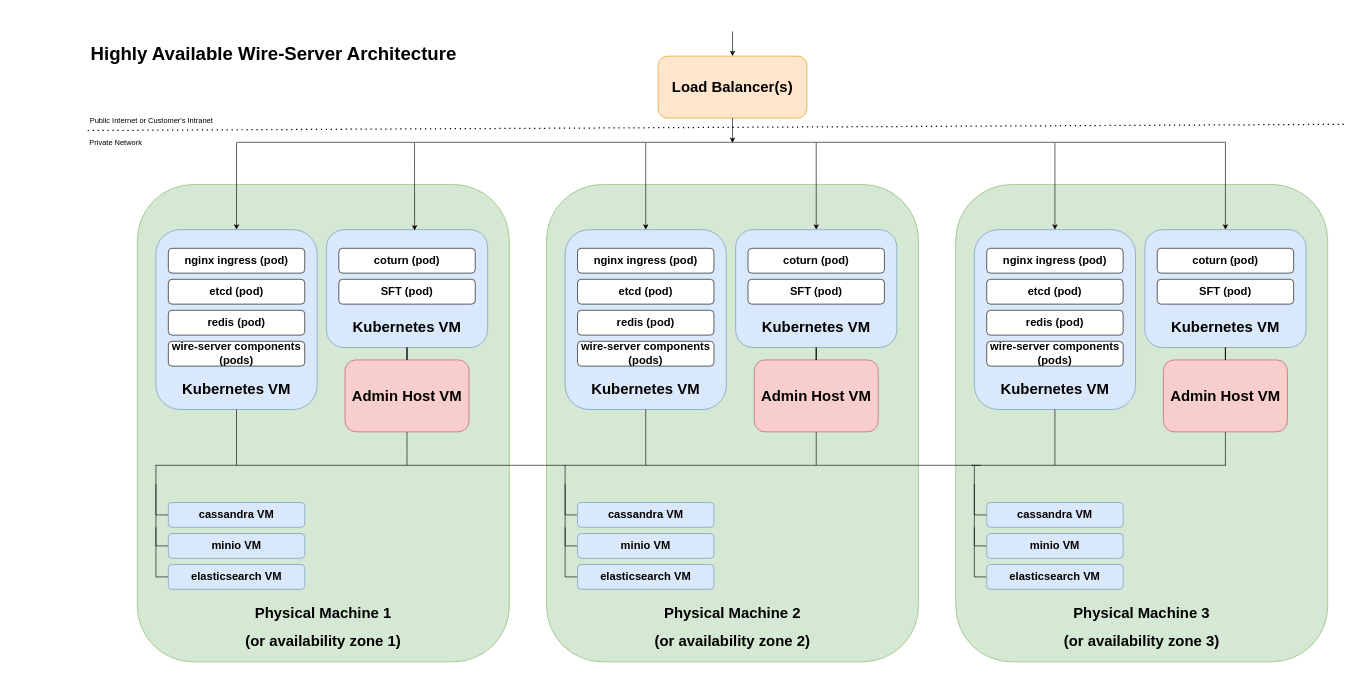
This is docs/src/how-to/install/img/architecture-server-ha.drawio from wireapp/wire-server, a draw.io file, before an edit. Source tidied: cells renumbered, new cells numbered last; positions are measured from the earlier drawing's top-left corner, leaving out a move shared by most shapes. Both pictures are drawn from the tidied source at 62%, with x=0, y=0 at pixel (13, 31).
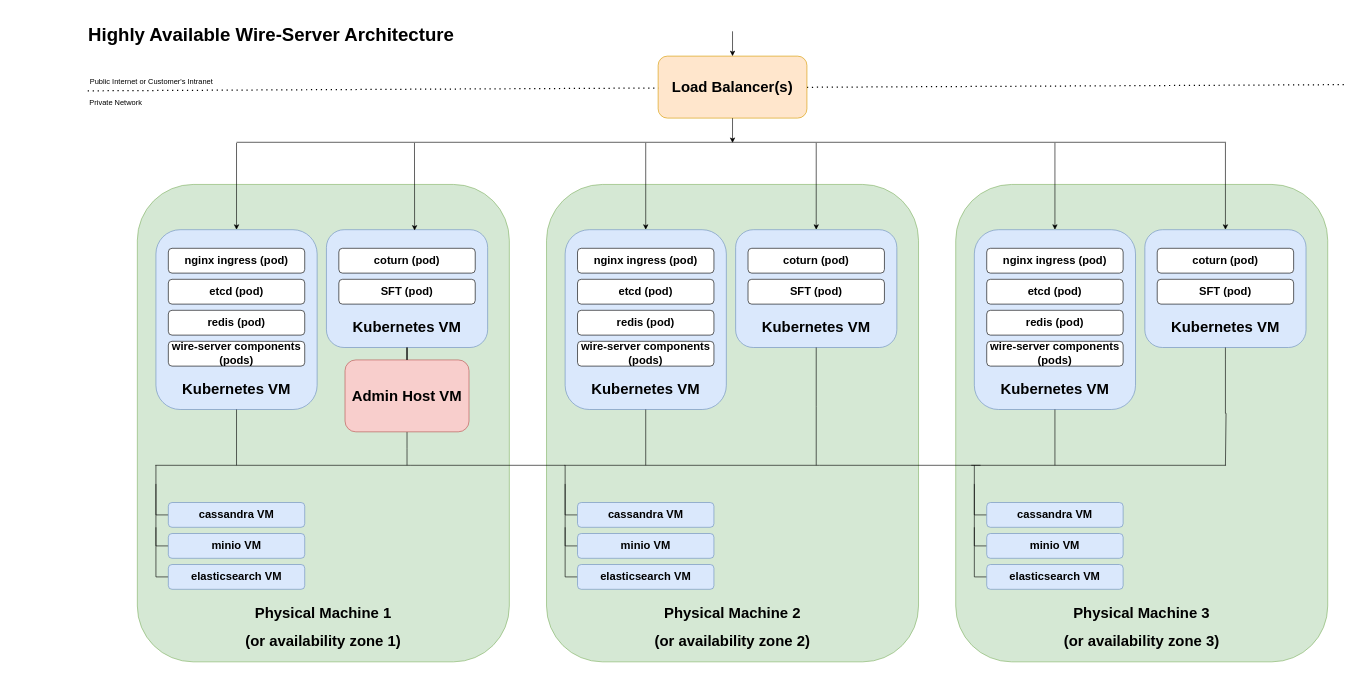
Above is the later version.

Commit message (it also covers changes not shown here):
made modifications according to julia and sebastian

Unchanged cells that the change refers to:
```xml
<mxCell id="23" style="group;" parent="1" vertex="1">
  <mxGeometry x="860" y="247" width="600" height="770" as="geometry" />
</mxCell>
<mxCell id="30" value="&lt;h1&gt;Kubernetes VM&lt;/h1&gt;" style="rounded=1;whiteSpace=wrap;html=1;fillColor=#dae8fc;strokeColor=#6c8ebf;verticalAlign=bottom;" parent="23" vertex="1">
  <mxGeometry x="305" y="73" width="260" height="190" as="geometry" />
</mxCell>
<mxCell id="44" style="group;" parent="1" vertex="1">
  <mxGeometry x="1520" y="247" width="600" height="770" as="geometry" />
</mxCell>
<mxCell id="51" value="&lt;h1&gt;Kubernetes VM&lt;/h1&gt;" style="rounded=1;whiteSpace=wrap;html=1;fillColor=#dae8fc;strokeColor=#6c8ebf;verticalAlign=bottom;" parent="44" vertex="1">
  <mxGeometry x="305" y="73" width="260" height="190" as="geometry" />
</mxCell>
```

Diff of the diagram source:
```diff
@@
+    <mxCell id="81" style="group;" parent="1" vertex="1">
+      <mxGeometry x="88" y="66" width="2062" height="65" as="geometry" />
+    </mxCell>
+    <mxCell id="77" style="endArrow=none;dashed=1;html=1;dashPattern=1 3;strokeWidth=2;rounded=0;" parent="81" edge="1">
+      <mxGeometry relative="1" as="geometry">
+        <mxPoint x="32" y="30" as="sourcePoint" />
+        <mxPoint x="2062" y="20" as="targetPoint" />
+      </mxGeometry>
+    </mxCell>
+    <mxCell id="78" value="Public Internet or Customer's Intranet" style="text;html=1;strokeColor=none;fillColor=none;align=center;verticalAlign=middle;whiteSpace=wrap;rounded=0;" parent="81" vertex="1">
+      <mxGeometry width="270" height="30" as="geometry" />
+    </mxCell>
+    <mxCell id="79" value="Private Network" style="text;html=1;strokeColor=none;fillColor=none;align=center;verticalAlign=middle;whiteSpace=wrap;rounded=0;" parent="81" vertex="1">
+      <mxGeometry x="24" y="35" width="107" height="30" as="geometry" />
+    </mxCell>
@@
-    <mxCell id="39" style="edgeStyle=orthogonalEdgeStyle;rounded=0;jettySize=auto;html=1;endArrow=none;endFill=0;" parent="23" edge="1" source="40">
-      <mxGeometry relative="1" as="geometry">
-        <mxPoint x="435" y="453" as="targetPoint" />
-      </mxGeometry>
-    </mxCell>
-    <mxCell id="40" value="&lt;h1&gt;Admin Host VM&lt;/h1&gt;" style="rounded=1;whiteSpace=wrap;html=1;fillColor=#f8cecc;strokeColor=#b85450;" parent="23" vertex="1">
-      <mxGeometry x="335" y="283" width="200" height="116" as="geometry" />
-    </mxCell>
-    <mxCell id="41" style="edgeStyle=orthogonalEdgeStyle;rounded=0;jettySize=auto;html=1;endArrow=none;endFill=0;" parent="23" edge="1" source="30" target="40">
-      <mxGeometry relative="1" as="geometry" />
+    <mxCell id="41" style="edgeStyle=orthogonalEdgeStyle;rounded=0;jettySize=auto;html=1;endArrow=none;endFill=0;" parent="23" edge="1" source="30">
+      <mxGeometry relative="1" as="geometry">
+        <mxPoint x="435" y="453" as="targetPoint" />
+      </mxGeometry>
     </mxCell>
@@
-    <mxCell id="60" style="edgeStyle=orthogonalEdgeStyle;rounded=0;jettySize=auto;html=1;endArrow=none;endFill=0;" parent="44" edge="1" source="61">
+    <mxCell id="60" style="edgeStyle=orthogonalEdgeStyle;rounded=0;orthogonalLoop=1;jettySize=auto;html=1;endArrow=none;endFill=0;" parent="44" edge="1">
       <mxGeometry relative="1" as="geometry">
+        <mxPoint x="435" y="283" as="sourcePoint" />
         <mxPoint x="435" y="453" as="targetPoint" />
+        <Array as="points">
+          <mxPoint x="435" y="283" />
+          <mxPoint x="435" y="369" />
+          <mxPoint x="436" y="369" />
+          <mxPoint x="436" y="453" />
+        </Array>
       </mxGeometry>
     </mxCell>
-    <mxCell id="61" value="&lt;h1&gt;Admin Host VM&lt;/h1&gt;" style="rounded=1;whiteSpace=wrap;html=1;fillColor=#f8cecc;strokeColor=#b85450;" parent="44" vertex="1">
-      <mxGeometry x="335" y="283" width="200" height="116" as="geometry" />
-    </mxCell>
-    <mxCell id="62" style="edgeStyle=orthogonalEdgeStyle;rounded=0;jettySize=auto;html=1;endArrow=none;endFill=0;" parent="44" edge="1" source="51" target="61">
-      <mxGeometry relative="1" as="geometry" />
+    <mxCell id="62" style="edgeStyle=orthogonalEdgeStyle;rounded=0;jettySize=auto;html=1;endArrow=none;endFill=0;" parent="44" edge="1" source="51">
+      <mxGeometry relative="1" as="geometry">
+        <mxPoint x="435" y="283" as="targetPoint" />
+      </mxGeometry>
     </mxCell>
@@
-    <mxCell id="77" style="endArrow=none;dashed=1;html=1;dashPattern=1 3;strokeWidth=2;rounded=0;" parent="1" edge="1">
-      <mxGeometry relative="1" as="geometry">
-        <mxPoint x="120" y="160" as="sourcePoint" />
-        <mxPoint x="2150" y="150" as="targetPoint" />
-      </mxGeometry>
-    </mxCell>
-    <mxCell id="78" value="Public Internet or Customer's Intranet" style="text;html=1;strokeColor=none;fillColor=none;align=center;verticalAlign=middle;whiteSpace=wrap;rounded=0;" parent="1" vertex="1">
-      <mxGeometry x="88" y="130" width="270" height="30" as="geometry" />
-    </mxCell>
-    <mxCell id="79" value="Private Network" style="text;html=1;strokeColor=none;fillColor=none;align=center;verticalAlign=middle;whiteSpace=wrap;rounded=0;" parent="1" vertex="1">
-      <mxGeometry x="112" y="165" width="107" height="30" as="geometry" />
-    </mxCell>
     <mxCell id="80" value="&lt;h1 style=&quot;font-size: 30px;&quot;&gt;&lt;font style=&quot;font-size: 30px;&quot;&gt;Highly Available Wire-Server Architecture&lt;/font&gt;&lt;/h1&gt;" style="text;html=1;strokeColor=none;fillColor=none;align=center;verticalAlign=middle;whiteSpace=wrap;rounded=0;" parent="1" vertex="1">
-      <mxGeometry y="20" width="840" height="30" as="geometry" />
+      <mxGeometry x="-4" y="-10" width="840" height="30" as="geometry" />
     </mxCell>
```
